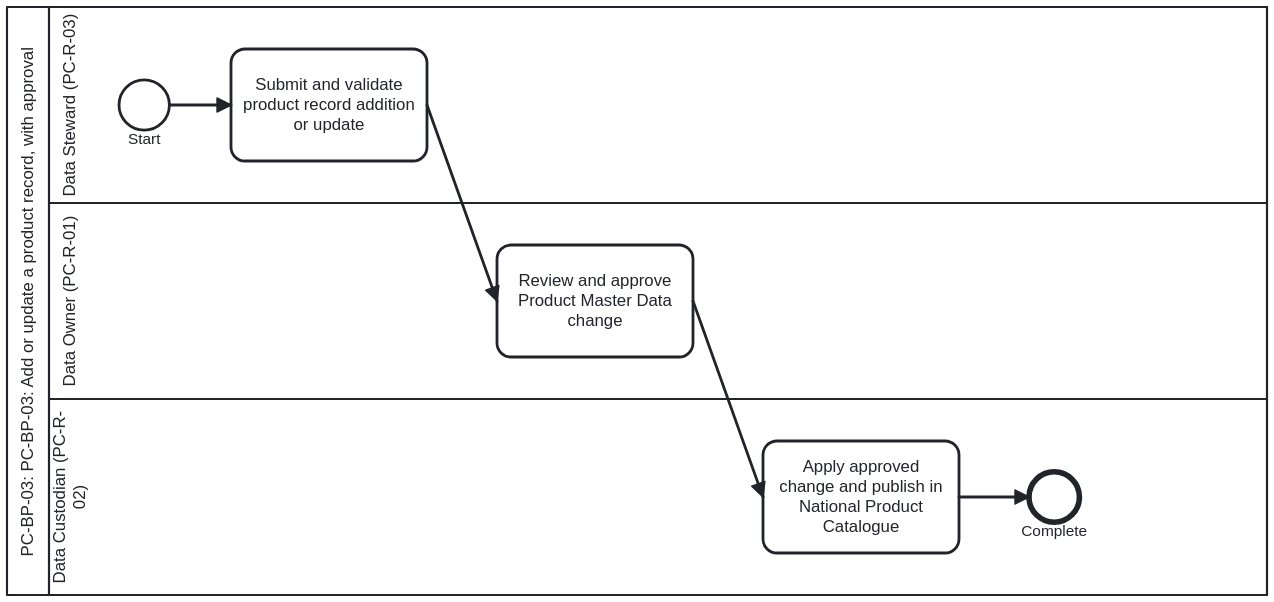
Before: folio/dth-pc/media/PC-BP-03.svg, a diagram exported from BPMN (litlfred/dth-pc). Its source is kept beside it as processes/PC-BP-03.bpmn. Ids are renumbered.
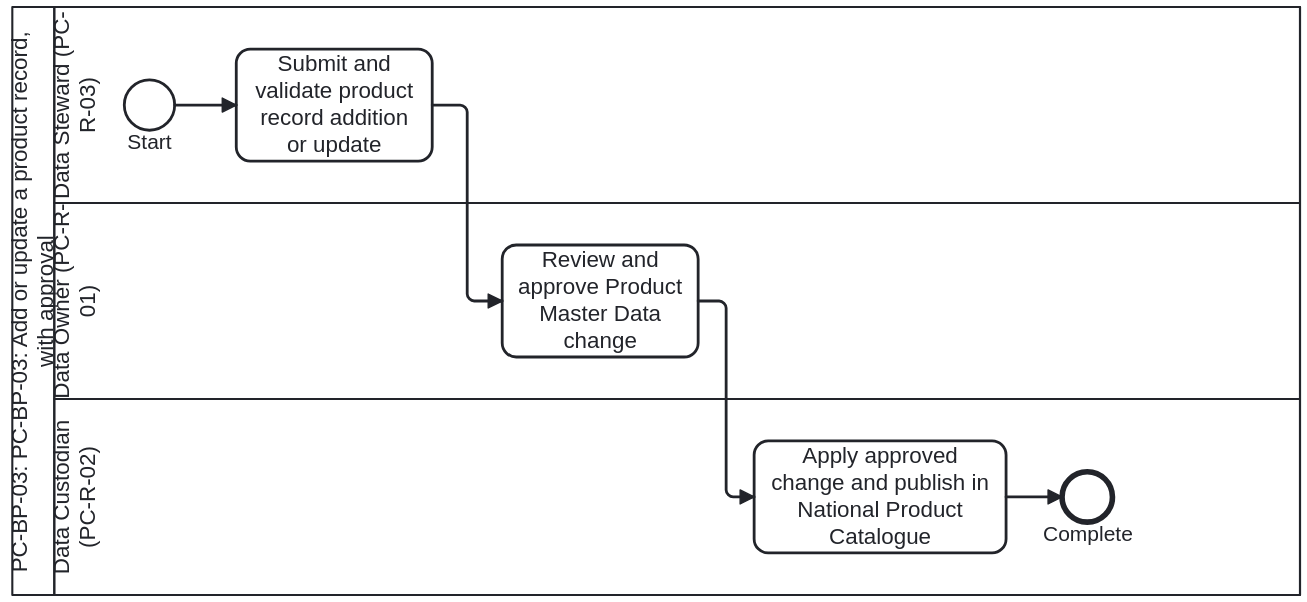
Later version of the same file.

The edit, as a diff of the source:
```diff
@@ -58,16 +58,16 @@
   <bpmndi:BPMNDiagram id="BPMNDiagram_PC_BP_03">
     <bpmndi:BPMNPlane id="BPMNPlane_PC_BP_03" bpmnElement="Collaboration_PC_BP_03">
       <bpmndi:BPMNShape id="Participant_PC_BP_03_di" bpmnElement="Participant_PC_BP_03" isHorizontal="true">
-        <dc:Bounds x="100" y="60" width="900" height="420" />
+        <dc:Bounds x="100" y="60" width="920" height="420" />
       </bpmndi:BPMNShape>
       <bpmndi:BPMNShape id="Lane_1_di" bpmnElement="Lane_1" isHorizontal="true">
-        <dc:Bounds x="130" y="60" width="870" height="140" />
+        <dc:Bounds x="130" y="60" width="890" height="140" />
       </bpmndi:BPMNShape>
       <bpmndi:BPMNShape id="Lane_2_di" bpmnElement="Lane_2" isHorizontal="true">
-        <dc:Bounds x="130" y="200" width="870" height="140" />
+        <dc:Bounds x="130" y="200" width="890" height="140" />
       </bpmndi:BPMNShape>
       <bpmndi:BPMNShape id="Lane_3_di" bpmnElement="Lane_3" isHorizontal="true">
-        <dc:Bounds x="130" y="340" width="870" height="140" />
+        <dc:Bounds x="130" y="340" width="890" height="140" />
       </bpmndi:BPMNShape>
       <bpmndi:BPMNShape id="StartEvent_1_di" bpmnElement="StartEvent_1">
         <dc:Bounds x="180" y="112" width="36" height="36" />
@@ -79,10 +79,10 @@
         <dc:Bounds x="450" y="230" width="140" height="80" />
       </bpmndi:BPMNShape>
       <bpmndi:BPMNShape id="Task_3_di" bpmnElement="Task_3">
-        <dc:Bounds x="640" y="370" width="140" height="80" />
+        <dc:Bounds x="630" y="370" width="180" height="80" />
       </bpmndi:BPMNShape>
       <bpmndi:BPMNShape id="EndEvent_1_di" bpmnElement="EndEvent_1">
-        <dc:Bounds x="830" y="392" width="36" height="36" />
+        <dc:Bounds x="850" y="392" width="36" height="36" />
       </bpmndi:BPMNShape>
       <bpmndi:BPMNEdge id="Flow_0_di" bpmnElement="Flow_0">
         <di:waypoint x="216" y="130" />
@@ -90,15 +90,19 @@
       </bpmndi:BPMNEdge>
       <bpmndi:BPMNEdge id="Flow_1_di" bpmnElement="Flow_1">
         <di:waypoint x="400" y="130" />
+        <di:waypoint x="425" y="130" />
+        <di:waypoint x="425" y="270" />
         <di:waypoint x="450" y="270" />
       </bpmndi:BPMNEdge>
       <bpmndi:BPMNEdge id="Flow_2_di" bpmnElement="Flow_2">
         <di:waypoint x="590" y="270" />
-        <di:waypoint x="640" y="410" />
+        <di:waypoint x="610" y="270" />
+        <di:waypoint x="610" y="410" />
+        <di:waypoint x="630" y="410" />
       </bpmndi:BPMNEdge>
       <bpmndi:BPMNEdge id="Flow_3_di" bpmnElement="Flow_3">
-        <di:waypoint x="780" y="410" />
-        <di:waypoint x="830" y="410" />
+        <di:waypoint x="810" y="410" />
+        <di:waypoint x="850" y="410" />
       </bpmndi:BPMNEdge>
     </bpmndi:BPMNPlane>
   </bpmndi:BPMNDiagram>
```
